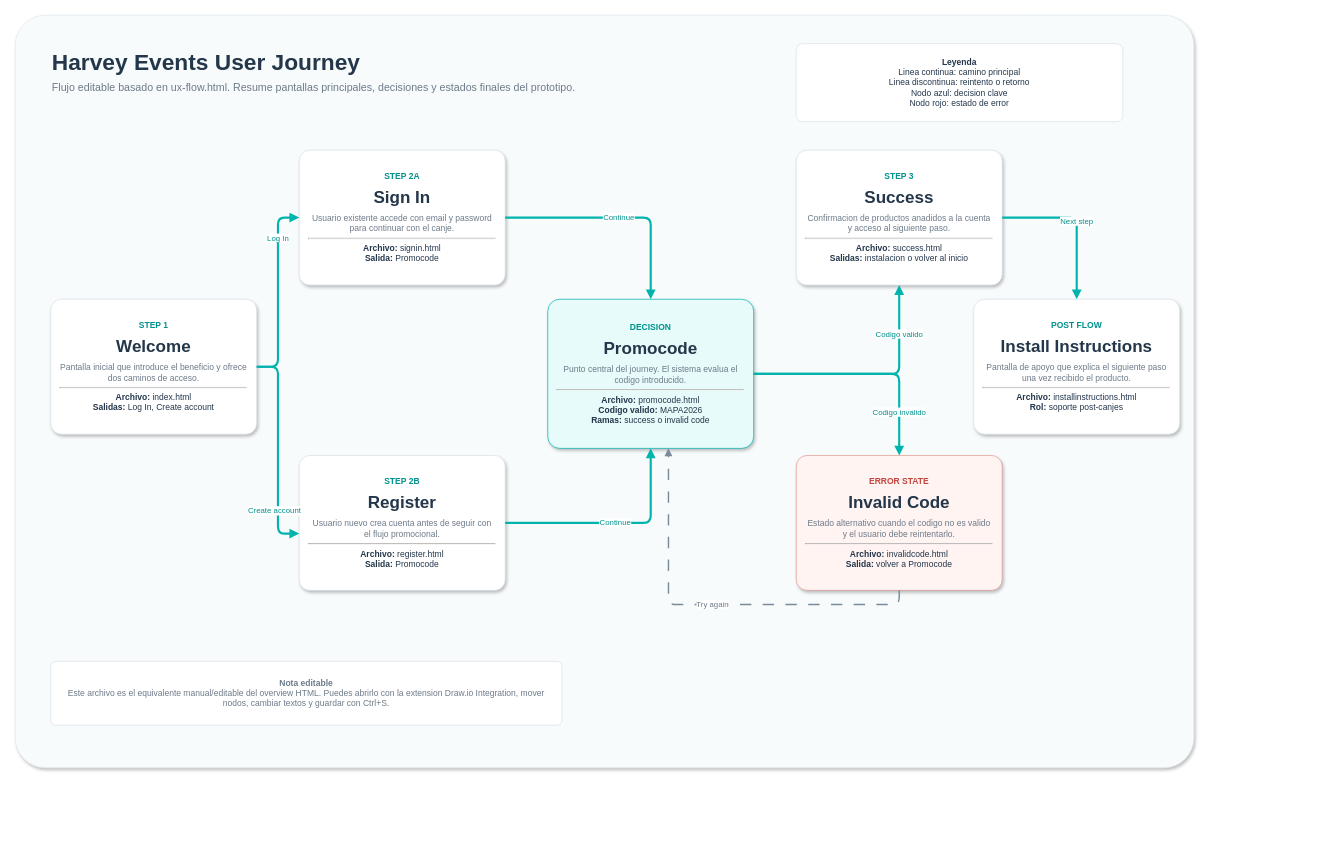
DavidCompe/harveyevents keeps this draw.io diagram as ux-flow.drawio. Above is the earlier version. Source tidied: cells renumbered, new cells numbered last; positions are measured from the earlier drawing's top-left corner, leaving out a move shared by most shapes. Both pictures are drawn from the tidied source at 71%, with x=0, y=0 at pixel (15, 15).
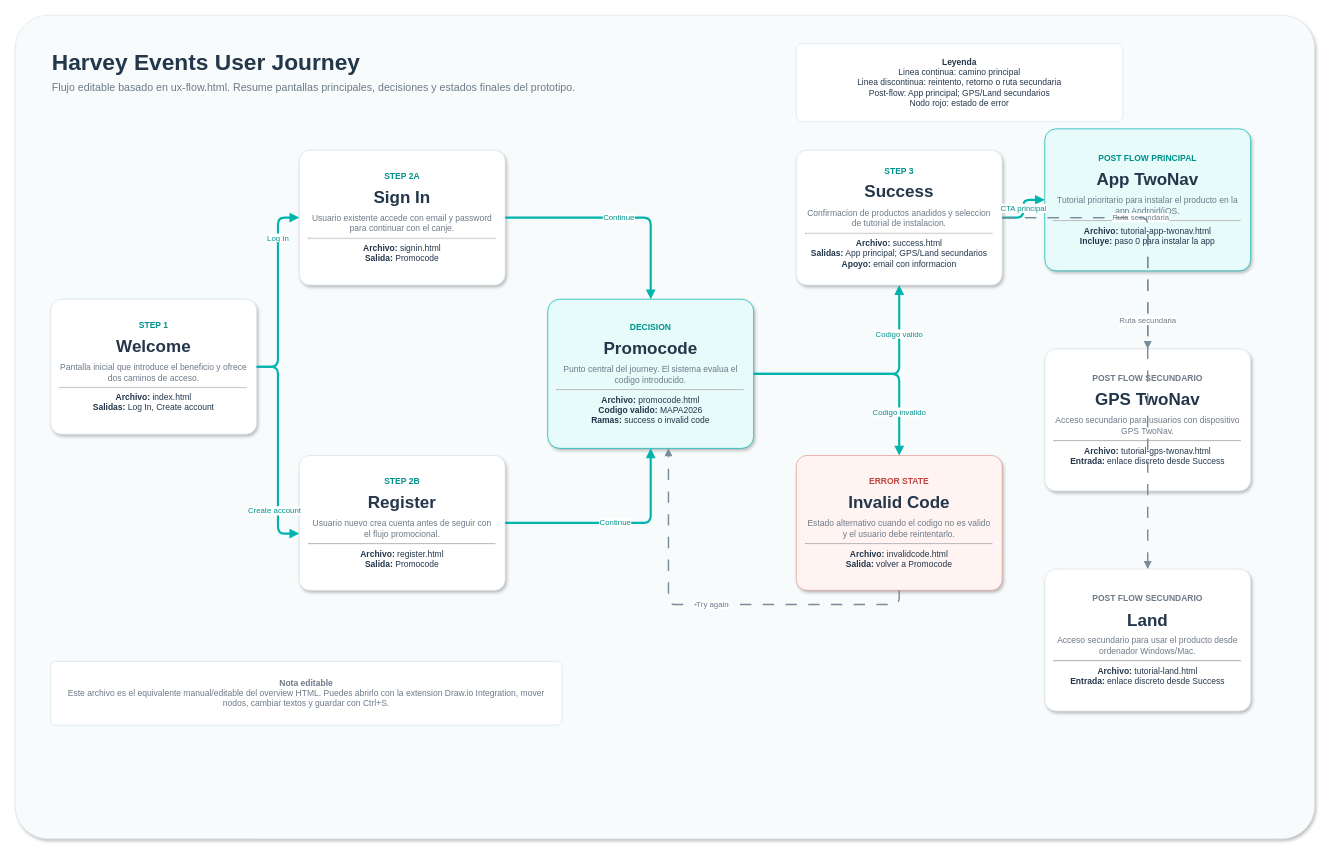
Above is the later version.

Commit message (it also covers changes not shown here):
Update installation options flow

The edit, as a diff of the source:
```diff
@@
     <mxCell id="2" style="rounded=1;whiteSpace=wrap;html=1;arcSize=4;fillColor=#f8fbfc;strokeColor=#dfe8ee;shadow=1;" parent="1" vertex="1">
-      <mxGeometry width="1660" height="1060" as="geometry" />
+      <mxGeometry width="1830" height="1160" as="geometry" />
     </mxCell>
@@
-    <mxCell id="4" value="&lt;b&gt;Leyenda&lt;/b&gt;&lt;br&gt;Linea continua: camino principal&lt;br&gt;Linea discontinua: reintento o retorno&lt;br&gt;Nodo azul: decision clave&lt;br&gt;Nodo rojo: estado de error" style="rounded=1;whiteSpace=wrap;html=1;arcSize=8;fillColor=#ffffff;strokeColor=#d8e2ea;fontColor=#23364a;spacing=12;" parent="1" vertex="1">
+    <mxCell id="4" value="&lt;b&gt;Leyenda&lt;/b&gt;&lt;br&gt;Linea continua: camino principal&lt;br&gt;Linea discontinua: reintento, retorno o ruta secundaria&lt;br&gt;Post-flow: App principal; GPS/Land secundarios&lt;br&gt;Nodo rojo: estado de error" style="rounded=1;whiteSpace=wrap;html=1;arcSize=8;fillColor=#ffffff;strokeColor=#d8e2ea;fontColor=#23364a;spacing=12;" parent="1" vertex="1">
       <mxGeometry x="1100" y="40" width="460" height="110" as="geometry" />
     </mxCell>
@@
-    <mxCell id="9" value="&lt;div style=&quot;font-size:12px;font-weight:700;color:#00918c;&quot;&gt;STEP 3&lt;/div&gt;&lt;div style=&quot;font-size:24px;font-weight:700;margin-top:8px;&quot;&gt;Success&lt;/div&gt;&lt;div style=&quot;margin-top:8px;color:#6d7a88;&quot;&gt;Confirmacion de productos anadidos a la cuenta y acceso al siguiente paso.&lt;/div&gt;&lt;hr&gt;&lt;b&gt;Archivo:&lt;/b&gt; success.html&lt;br&gt;&lt;b&gt;Salidas:&lt;/b&gt; instalacion o volver al inicio" style="rounded=1;whiteSpace=wrap;html=1;arcSize=8;fillColor=#ffffff;strokeColor=#d8e2ea;fontColor=#23364a;shadow=1;spacing=14;" parent="1" vertex="1">
+    <mxCell id="9" value="&lt;div style=&quot;font-size:12px;font-weight:700;color:#00918c;&quot;&gt;STEP 3&lt;/div&gt;&lt;div style=&quot;font-size:24px;font-weight:700;margin-top:8px;&quot;&gt;Success&lt;/div&gt;&lt;div style=&quot;margin-top:8px;color:#6d7a88;&quot;&gt;Confirmacion de productos anadidos y seleccion de tutorial de instalacion.&lt;/div&gt;&lt;hr&gt;&lt;b&gt;Archivo:&lt;/b&gt; success.html&lt;br&gt;&lt;b&gt;Salidas:&lt;/b&gt; App principal; GPS/Land secundarios&lt;br&gt;&lt;b&gt;Apoyo:&lt;/b&gt; email con informacion" style="rounded=1;whiteSpace=wrap;html=1;arcSize=8;fillColor=#ffffff;strokeColor=#d8e2ea;fontColor=#23364a;shadow=1;spacing=14;" parent="1" vertex="1">
       <mxGeometry x="1100" y="190" width="290" height="190" as="geometry" />
     </mxCell>
@@
-    <mxCell id="11" value="&lt;div style=&quot;font-size:12px;font-weight:700;color:#00918c;&quot;&gt;POST FLOW&lt;/div&gt;&lt;div style=&quot;font-size:24px;font-weight:700;margin-top:8px;&quot;&gt;Install Instructions&lt;/div&gt;&lt;div style=&quot;margin-top:8px;color:#6d7a88;&quot;&gt;Pantalla de apoyo que explica el siguiente paso una vez recibido el producto.&lt;/div&gt;&lt;hr&gt;&lt;b&gt;Archivo:&lt;/b&gt; installinstructions.html&lt;br&gt;&lt;b&gt;Rol:&lt;/b&gt; soporte post-canjes" style="rounded=1;whiteSpace=wrap;html=1;arcSize=8;fillColor=#ffffff;strokeColor=#d8e2ea;fontColor=#23364a;shadow=1;spacing=14;" parent="1" vertex="1">
-      <mxGeometry x="1350" y="400" width="290" height="190" as="geometry" />
-    </mxCell>
+    <mxCell id="21" value="&lt;div style=&quot;font-size:12px;font-weight:700;color:#00918c;&quot;&gt;POST FLOW PRINCIPAL&lt;/div&gt;&lt;div style=&quot;font-size:24px;font-weight:700;margin-top:8px;&quot;&gt;App TwoNav&lt;/div&gt;&lt;div style=&quot;margin-top:8px;color:#6d7a88;&quot;&gt;Tutorial prioritario para instalar el producto en la app Android/iOS.&lt;/div&gt;&lt;hr&gt;&lt;b&gt;Archivo:&lt;/b&gt; tutorial-app-twonav.html&lt;br&gt;&lt;b&gt;Incluye:&lt;/b&gt; paso 0 para instalar la app" style="rounded=1;whiteSpace=wrap;html=1;arcSize=8;fillColor=#e7fbfa;strokeColor=#00b3ad;fontColor=#23364a;shadow=1;spacing=14;" parent="1" vertex="1">
+      <mxGeometry x="1450" y="160" width="290" height="200" as="geometry" />
+    </mxCell>
+    <mxCell id="22" value="&lt;div style=&quot;font-size:12px;font-weight:700;color:#6d7a88;&quot;&gt;POST FLOW SECUNDARIO&lt;/div&gt;&lt;div style=&quot;font-size:24px;font-weight:700;margin-top:8px;&quot;&gt;GPS TwoNav&lt;/div&gt;&lt;div style=&quot;margin-top:8px;color:#6d7a88;&quot;&gt;Acceso secundario para usuarios con dispositivo GPS TwoNav.&lt;/div&gt;&lt;hr&gt;&lt;b&gt;Archivo:&lt;/b&gt; tutorial-gps-twonav.html&lt;br&gt;&lt;b&gt;Entrada:&lt;/b&gt; enlace discreto desde Success" style="rounded=1;whiteSpace=wrap;html=1;arcSize=8;fillColor=#ffffff;strokeColor=#d8e2ea;fontColor=#23364a;shadow=1;spacing=14;" parent="1" vertex="1">
+      <mxGeometry x="1450" y="470" width="290" height="200" as="geometry" />
+    </mxCell>
+    <mxCell id="23" value="&lt;div style=&quot;font-size:12px;font-weight:700;color:#6d7a88;&quot;&gt;POST FLOW SECUNDARIO&lt;/div&gt;&lt;div style=&quot;font-size:24px;font-weight:700;margin-top:8px;&quot;&gt;Land&lt;/div&gt;&lt;div style=&quot;margin-top:8px;color:#6d7a88;&quot;&gt;Acceso secundario para usar el producto desde ordenador Windows/Mac.&lt;/div&gt;&lt;hr&gt;&lt;b&gt;Archivo:&lt;/b&gt; tutorial-land.html&lt;br&gt;&lt;b&gt;Entrada:&lt;/b&gt; enlace discreto desde Success" style="rounded=1;whiteSpace=wrap;html=1;arcSize=8;fillColor=#ffffff;strokeColor=#d8e2ea;fontColor=#23364a;shadow=1;spacing=14;" parent="1" vertex="1">
+      <mxGeometry x="1450" y="780" width="290" height="200" as="geometry" />
+    </mxCell>
@@
-    <mxCell id="18" value="Next step" style="edgeStyle=orthogonalEdgeStyle;rounded=1;jettySize=auto;html=1;endArrow=block;endFill=1;strokeColor=#00b3ad;strokeWidth=3;fontColor=#00918c;exitX=1;exitY=0.5;exitDx=0;exitDy=0;" parent="1" edge="1" source="9" target="11">
-      <mxGeometry relative="1" as="geometry" />
-    </mxCell>
+    <mxCell id="24" value="CTA principal" style="edgeStyle=orthogonalEdgeStyle;rounded=1;jettySize=auto;html=1;endArrow=block;endFill=1;strokeColor=#00b3ad;strokeWidth=3;fontColor=#00918c;exitX=1;exitY=0.5;exitDx=0;exitDy=0;" parent="1" edge="1" source="9" target="21">
+      <mxGeometry relative="1" as="geometry" />
+    </mxCell>
+    <mxCell id="25" value="Ruta secundaria" style="edgeStyle=orthogonalEdgeStyle;rounded=1;jettySize=auto;html=1;endArrow=block;endFill=1;strokeColor=#7a8a98;strokeWidth=2;dashed=1;dashPattern=8 8;fontColor=#6d7a88;exitX=1;exitY=0.5;exitDx=0;exitDy=0;" parent="1" edge="1" source="9" target="22">
+      <mxGeometry relative="1" as="geometry" />
+    </mxCell>
+    <mxCell id="26" value="Ruta secundaria" style="edgeStyle=orthogonalEdgeStyle;rounded=1;jettySize=auto;html=1;endArrow=block;endFill=1;strokeColor=#7a8a98;strokeWidth=2;dashed=1;dashPattern=8 8;fontColor=#6d7a88;exitX=1;exitY=0.5;exitDx=0;exitDy=0;" parent="1" edge="1" source="9" target="23">
+      <mxGeometry relative="1" as="geometry" />
+    </mxCell>
```
